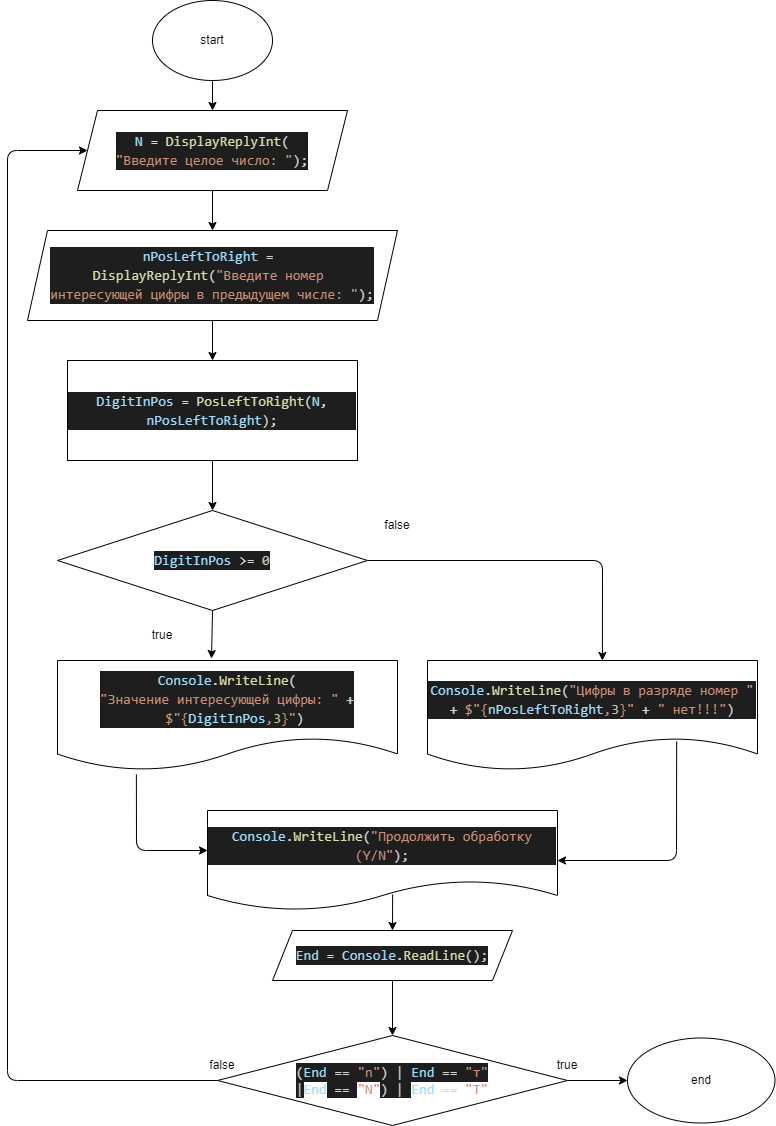
The draw.io diagram Sem002_013/Blockchart013.drawio.png in ValeriiLubiako/C-Sharp_Repo, before a commit. Source tidied: cells renumbered, new cells last; positions are measured from the earlier drawing's top-left corner, leaving out a move shared by most shapes.
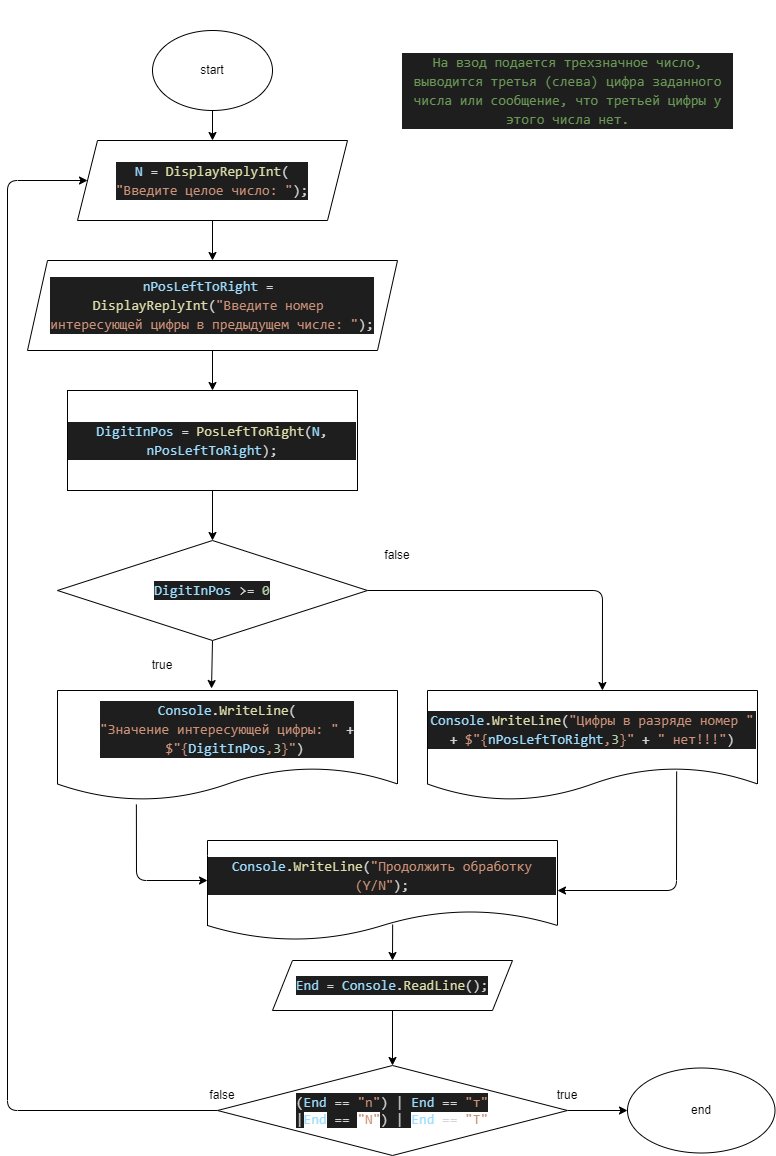
Above is the later version.

Diff of the diagram source:
```diff
@@ -100,5 +100,8 @@
     <mxCell id="28" value="false" style="text;html=1;strokeColor=none;fillColor=none;align=center;verticalAlign=middle;whiteSpace=wrap;rounded=0;" parent="1" vertex="1">
       <mxGeometry x="185" y="1050" width="60" height="30" as="geometry" />
     </mxCell>
+    <mxCell id="29" value="&lt;div style=&quot;color: rgb(212 , 212 , 212) ; background-color: rgb(30 , 30 , 30) ; font-family: &amp;#34;consolas&amp;#34; , &amp;#34;courier new&amp;#34; , monospace ; font-size: 14px ; line-height: 19px&quot;&gt;&lt;div&gt;&lt;span style=&quot;color: #6a9955&quot;&gt;На взод подается трехзначное число, выводится&amp;nbsp;&lt;/span&gt;&lt;span style=&quot;color: rgb(106 , 153 , 85)&quot;&gt;третья (слева) цифра заданного числа или сообщение, что третьей цифры у этого числа нет.&lt;/span&gt;&lt;/div&gt;&lt;/div&gt;" style="text;html=1;strokeColor=none;fillColor=none;align=center;verticalAlign=middle;whiteSpace=wrap;rounded=0;" parent="1" vertex="1">
+      <mxGeometry x="393.8" y="-30" width="332.5" height="180" as="geometry" />
+    </mxCell>
   </root>
 </mxGraphModel>
```
